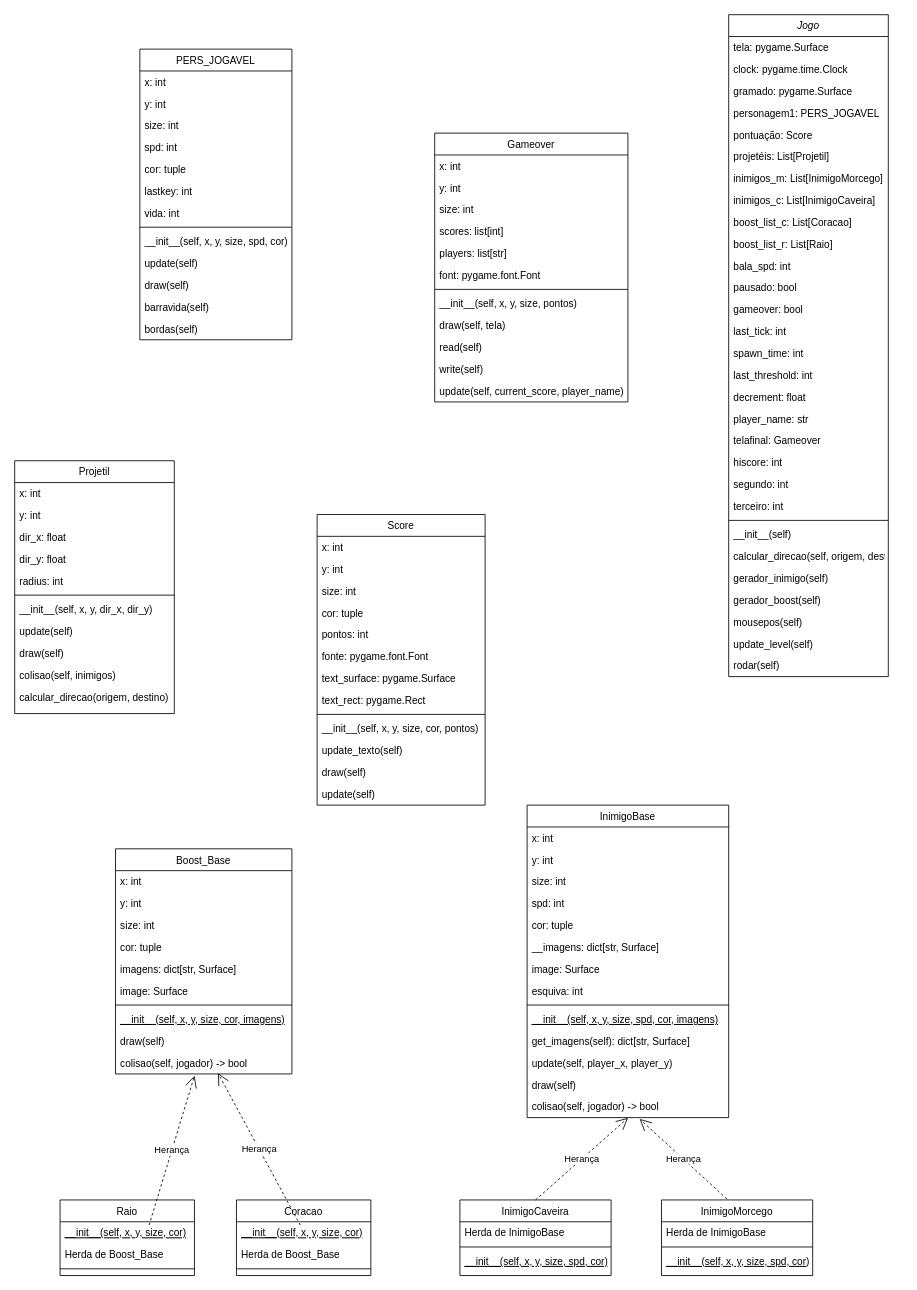
Earlier version of the draw.io diagram Diagrama sem nome.drawio (PedroLemosMariano/Jogo_PYGAME). Source tidied: cells renumbered, new cells numbered last; positions are measured from the earlier drawing's top-left corner, leaving out a move shared by most shapes. Both pictures are drawn from the tidied source at 84%, with x=0, y=0 at pixel (14, 14).
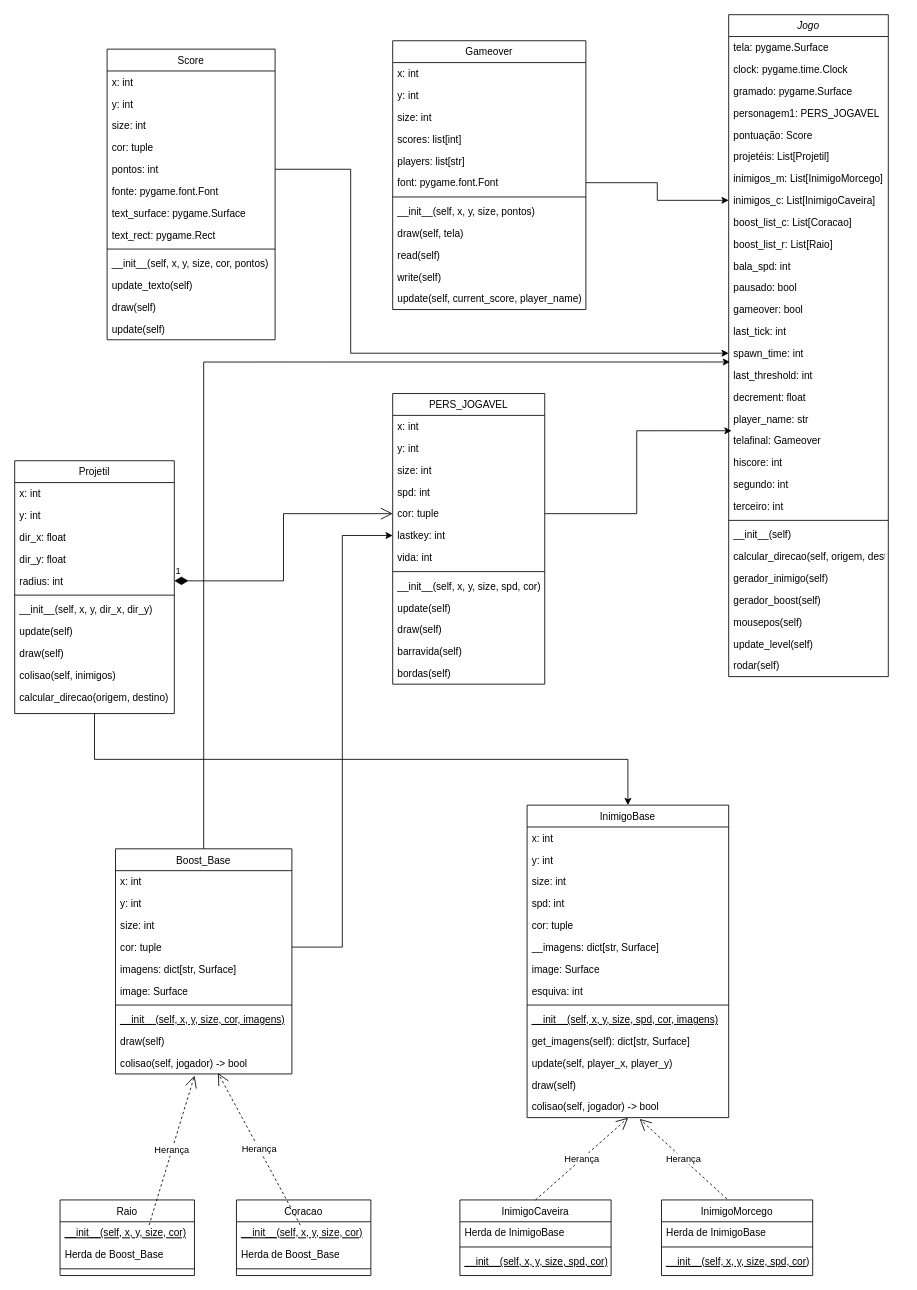
Above is the later version.

The change refers to these unchanged cells:
```xml
<mxCell id="10" value="inimigos_c: List[InimigoCaveira]" style="text;align=left;verticalAlign=top;spacingLeft=4;spacingRight=4;overflow=hidden;points=[[0,0.5],[1,0.5]];portConstraint=eastwest;rounded=0;shadow=0;html=0;" parent="2" vertex="1">
  <mxGeometry y="208" width="190" height="26" as="geometry" />
</mxCell>
<mxCell id="17" value="spawn_time: int&#10;" style="text;align=left;verticalAlign=top;spacingLeft=4;spacingRight=4;overflow=hidden;points=[[0,0.5],[1,0.5]];portConstraint=eastwest;rounded=0;shadow=0;html=0;" parent="2" vertex="1">
  <mxGeometry y="390" width="190" height="26" as="geometry" />
</mxCell>
<mxCell id="18" value="last_threshold: int&#10;" style="text;align=left;verticalAlign=top;spacingLeft=4;spacingRight=4;overflow=hidden;points=[[0,0.5],[1,0.5]];portConstraint=eastwest;rounded=0;shadow=0;html=0;" parent="2" vertex="1">
  <mxGeometry y="416" width="190" height="26" as="geometry" />
</mxCell>
<mxCell id="21" value="telafinal: Gameover" style="text;align=left;verticalAlign=top;spacingLeft=4;spacingRight=4;overflow=hidden;points=[[0,0.5],[1,0.5]];portConstraint=eastwest;rounded=0;shadow=0;html=0;" parent="2" vertex="1">
  <mxGeometry y="494" width="190" height="26" as="geometry" />
</mxCell>
<mxCell id="33" value="InimigoBase" style="swimlane;fontStyle=0;align=center;verticalAlign=top;horizontal=1;startSize=26;rounded=0;shadow=0;strokeWidth=1;" parent="1" vertex="1">
  <mxGeometry x="610" y="941" width="240" height="372" as="geometry" />
</mxCell>
<mxCell id="53" value="cor: tuple" style="text;align=left;verticalAlign=top;spacingLeft=4;spacingRight=4;overflow=hidden;points=[[0,0.5],[1,0.5]];portConstraint=eastwest;" parent="48" vertex="1">
  <mxGeometry y="130" width="181" height="26" as="geometry" />
</mxCell>
<mxCell id="54" value="lastkey: int" style="text;align=left;verticalAlign=top;spacingLeft=4;spacingRight=4;overflow=hidden;points=[[0,0.5],[1,0.5]];portConstraint=eastwest;" parent="48" vertex="1">
  <mxGeometry y="156" width="181" height="26" as="geometry" />
</mxCell>
<mxCell id="68" value="font: pygame.font.Font" style="text;align=left;verticalAlign=top;spacingLeft=4;spacingRight=4;overflow=hidden;points=[[0,0.5],[1,0.5]];portConstraint=eastwest;rounded=0;shadow=0;html=0;" parent="62" vertex="1">
  <mxGeometry y="156" width="230" height="26" as="geometry" />
</mxCell>
<mxCell id="85" value="Boost_Base" style="swimlane;fontStyle=0;align=center;verticalAlign=top;horizontal=1;startSize=26;rounded=0;shadow=0;strokeWidth=1;" parent="1" vertex="1">
  <mxGeometry x="120" y="993" width="210" height="268" as="geometry" />
</mxCell>
<mxCell id="89" value="cor: tuple" style="text;align=left;verticalAlign=top;spacingLeft=4;spacingRight=4;overflow=hidden;points=[[0,0.5],[1,0.5]];portConstraint=eastwest;rounded=0;shadow=0;html=0;" parent="85" vertex="1">
  <mxGeometry y="104" width="210" height="26" as="geometry" />
</mxCell>
<mxCell id="106" value="Projetil" style="swimlane;fontStyle=0;align=center;verticalAlign=top;horizontal=1;startSize=26;rounded=0;shadow=0;strokeWidth=1;" parent="1" vertex="1">
  <mxGeometry y="531" width="190" height="301" as="geometry" />
</mxCell>
<mxCell id="111" value="radius: int" style="text;align=left;verticalAlign=top;spacingLeft=4;spacingRight=4;overflow=hidden;points=[[0,0.5],[1,0.5]];portConstraint=eastwest;" parent="106" vertex="1">
  <mxGeometry y="130" width="190" height="26" as="geometry" />
</mxCell>
<mxCell id="123" value="pontos: int" style="text;align=left;verticalAlign=top;spacingLeft=4;spacingRight=4;overflow=hidden;points=[[0,0.5],[1,0.5]];portConstraint=eastwest;" parent="118" vertex="1">
  <mxGeometry y="130" width="200" height="26" as="geometry" />
</mxCell>
```

What changed in the source:
```diff
@@
     <mxCell id="48" value="PERS_JOGAVEL" style="swimlane;fontStyle=0;align=center;verticalAlign=top;horizontal=1;startSize=26;rounded=0;shadow=0;strokeWidth=1;" parent="1" vertex="1">
-      <mxGeometry x="149" y="41" width="181" height="346" as="geometry" />
+      <mxGeometry x="450" y="451" width="181" height="346" as="geometry" />
     </mxCell>
@@
     <mxCell id="62" value="Gameover" style="swimlane;fontStyle=0;align=center;verticalAlign=top;horizontal=1;startSize=26;rounded=0;shadow=0;strokeWidth=1;" parent="1" vertex="1">
-      <mxGeometry x="500" y="141" width="230" height="320" as="geometry" />
+      <mxGeometry x="450" y="31" width="230" height="320" as="geometry" />
     </mxCell>
@@
+    <mxCell id="132" style="edgeStyle=orthogonalEdgeStyle;rounded=0;jettySize=auto;html=1;exitX=0.5;exitY=1;exitDx=0;exitDy=0;entryX=0.5;entryY=0;entryDx=0;entryDy=0;" parent="1" edge="1" source="106" target="33">
+      <mxGeometry relative="1" as="geometry" />
+    </mxCell>
@@
     <mxCell id="118" value="Score" style="swimlane;fontStyle=0;align=center;verticalAlign=top;horizontal=1;startSize=26;rounded=0;shadow=0;strokeWidth=1;" parent="1" vertex="1">
-      <mxGeometry x="360" y="595" width="200" height="346" as="geometry" />
+      <mxGeometry x="110" y="41" width="200" height="346" as="geometry" />
     </mxCell>
@@
+    <mxCell id="133" style="edgeStyle=orthogonalEdgeStyle;rounded=0;jettySize=auto;html=1;exitX=0.5;exitY=0;exitDx=0;exitDy=0;entryX=0.008;entryY=-0.098;entryDx=0;entryDy=0;entryPerimeter=0;" parent="1" edge="1" source="85" target="18">
+      <mxGeometry relative="1" as="geometry" />
+    </mxCell>
+    <mxCell id="134" style="edgeStyle=orthogonalEdgeStyle;rounded=0;jettySize=auto;html=1;exitX=1;exitY=0.5;exitDx=0;exitDy=0;entryX=0.018;entryY=0.049;entryDx=0;entryDy=0;entryPerimeter=0;" parent="1" edge="1" source="53" target="21">
+      <mxGeometry relative="1" as="geometry" />
+    </mxCell>
+    <mxCell id="135" style="edgeStyle=orthogonalEdgeStyle;rounded=0;jettySize=auto;html=1;exitX=1;exitY=0.5;exitDx=0;exitDy=0;entryX=0;entryY=0.5;entryDx=0;entryDy=0;" parent="1" edge="1" source="68" target="10">
+      <mxGeometry relative="1" as="geometry" />
+    </mxCell>
+    <mxCell id="136" style="edgeStyle=orthogonalEdgeStyle;rounded=0;jettySize=auto;html=1;exitX=1;exitY=0.5;exitDx=0;exitDy=0;entryX=0;entryY=0.5;entryDx=0;entryDy=0;" parent="1" edge="1" source="123" target="17">
+      <mxGeometry relative="1" as="geometry">
+        <Array as="points">
+          <mxPoint x="400" y="184" />
+          <mxPoint x="400" y="403" />
+        </Array>
+      </mxGeometry>
+    </mxCell>
+    <mxCell id="137" style="edgeStyle=orthogonalEdgeStyle;rounded=0;jettySize=auto;html=1;exitX=1;exitY=0.5;exitDx=0;exitDy=0;entryX=0;entryY=0.5;entryDx=0;entryDy=0;" parent="1" edge="1" source="89" target="54">
+      <mxGeometry relative="1" as="geometry" />
+    </mxCell>
+    <mxCell id="138" value="1" style="endArrow=open;html=1;endSize=12;startArrow=diamondThin;startSize=14;startFill=1;edgeStyle=orthogonalEdgeStyle;align=left;verticalAlign=bottom;rounded=0;exitX=1;exitY=0.5;exitDx=0;exitDy=0;entryX=0;entryY=0.5;entryDx=0;entryDy=0;" parent="1" edge="1" source="111" target="53">
+      <mxGeometry x="-1" y="3" relative="1" as="geometry" />
+    </mxCell>
```
